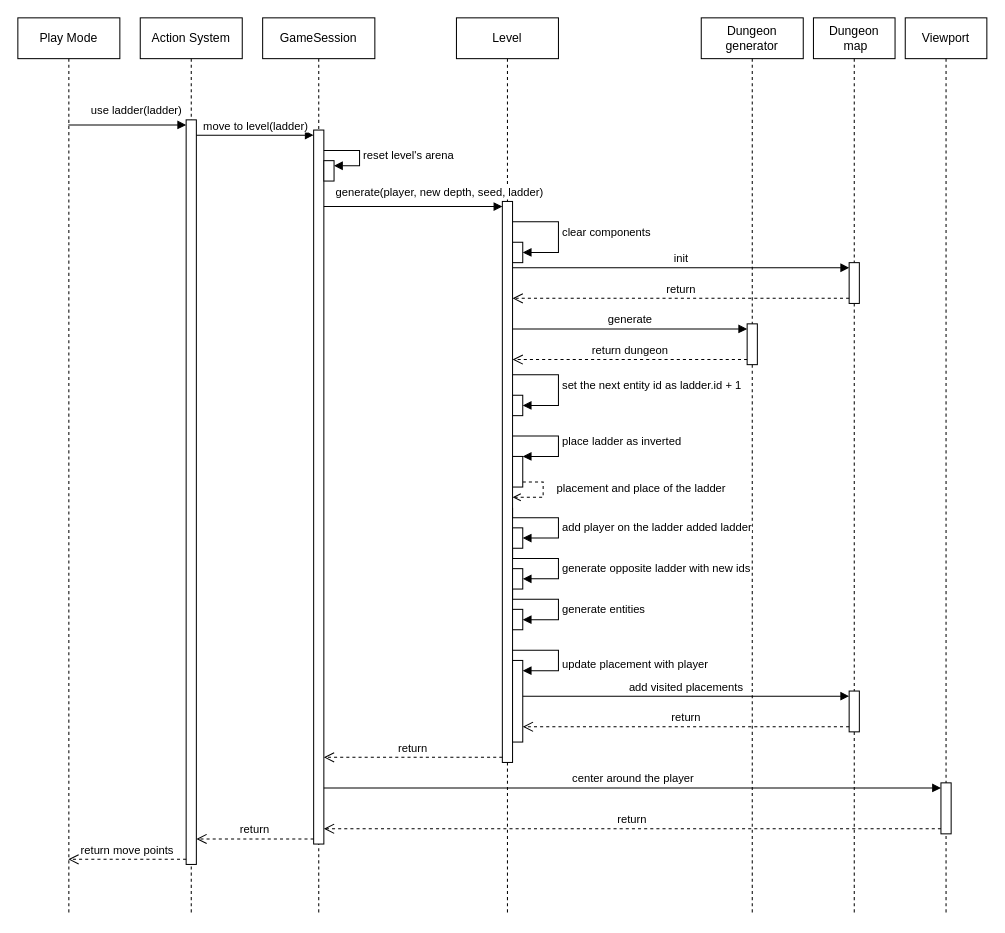
The draw.io diagram page "Moving through the levels" (6 of 9) of docs/schemas.drawio in vladimir-popov/forgotten_catacombs, before the edit. Source tidied: cells renumbered, new cells numbered last; positions are measured from the earlier drawing's top-left corner, leaving out a move shared by most shapes. Both pictures are drawn from the tidied source at 102%, with x=0, y=0 at pixel (17, 17).
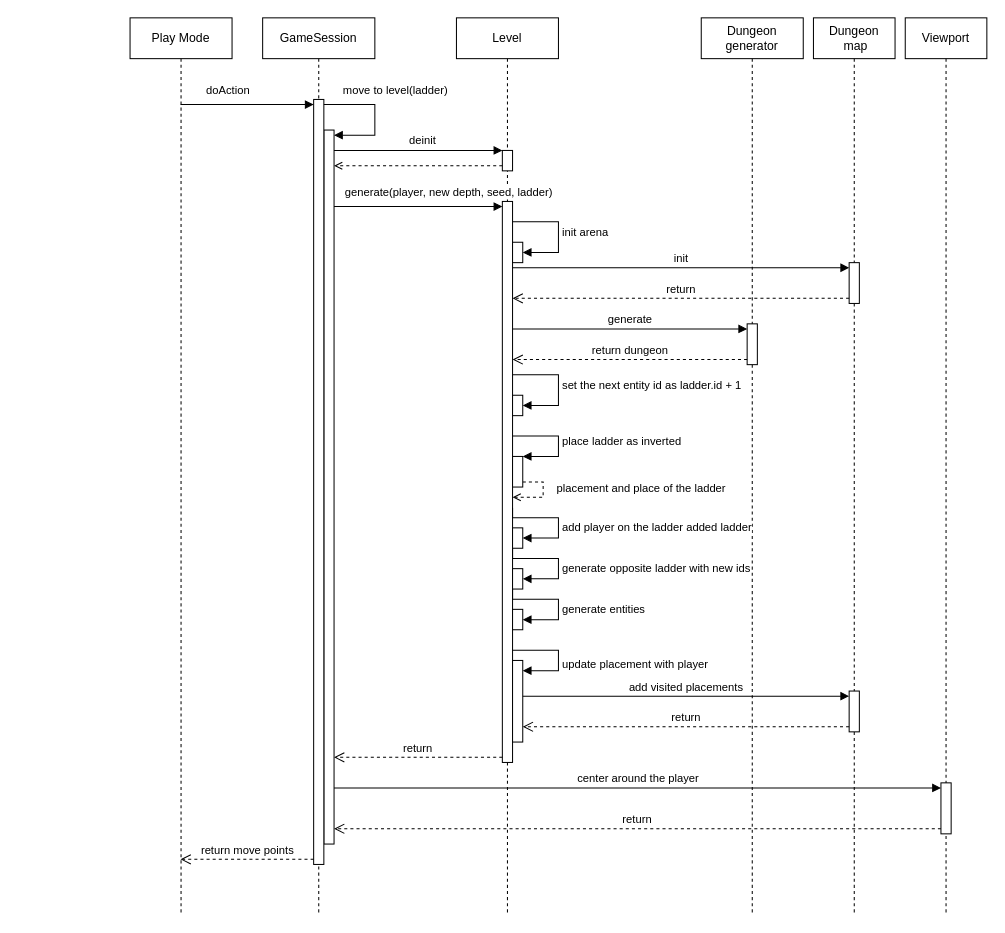
Above is the later version.

The change refers to these unchanged cells:
```xml
<mxCell id="3" value="Level" style="shape=umlLifeline;perimeter=lifelinePerimeter;whiteSpace=wrap;html=1;newEdgeStyle={&quot;curved&quot;:0,&quot;rounded&quot;:0};" parent="1" vertex="1">
  <mxGeometry x="430" width="100" height="880" as="geometry" />
</mxCell>
<mxCell id="5" value="GameSession" style="shape=umlLifeline;perimeter=lifelinePerimeter;whiteSpace=wrap;html=1;newEdgeStyle={&quot;curved&quot;:0,&quot;rounded&quot;:0};" parent="1" vertex="1">
  <mxGeometry x="240" width="110" height="880" as="geometry" />
</mxCell>
<mxCell id="30" style="html=1;points=[[0,0,0,0,5],[0,1,0,0,-5],[1,0,0,0,5],[1,1,0,0,-5]];perimeter=orthogonalPerimeter;outlineConnect=0;targetShapes=umlLifeline;portConstraint=eastwest;newEdgeStyle={&quot;curved&quot;:0,&quot;rounded&quot;:0};" parent="5" vertex="1">
  <mxGeometry x="245" y="220" width="10" height="20" as="geometry" />
</mxCell>
```

Diff of the diagram source:
```diff
@@
-    <mxCell id="2" value="Action System" style="shape=umlLifeline;perimeter=lifelinePerimeter;whiteSpace=wrap;html=1;newEdgeStyle={&quot;curved&quot;:0,&quot;rounded&quot;:0};" parent="1" vertex="1">
-      <mxGeometry x="120" width="100" height="880" as="geometry" />
-    </mxCell>
@@
+    <mxCell id="8" style="html=1;points=[[0,0,0,0,5],[0,1,0,0,-5],[1,0,0,0,5],[1,1,0,0,-5]];perimeter=orthogonalPerimeter;outlineConnect=0;targetShapes=umlLifeline;portConstraint=eastwest;newEdgeStyle={&quot;curved&quot;:0,&quot;rounded&quot;:0};" parent="3" vertex="1">
+      <mxGeometry x="45" y="130" width="10" height="20" as="geometry" />
+    </mxCell>
@@
     <mxCell id="6" style="html=1;points=[[0,0,0,0,5],[0,1,0,0,-5],[1,0,0,0,5],[1,1,0,0,-5]];perimeter=orthogonalPerimeter;outlineConnect=0;targetShapes=umlLifeline;portConstraint=eastwest;newEdgeStyle={&quot;curved&quot;:0,&quot;rounded&quot;:0};" parent="5" vertex="1">
-      <mxGeometry x="50" y="110" width="10" height="700" as="geometry" />
+      <mxGeometry x="60" y="110" width="10" height="700" as="geometry" />
     </mxCell>
-    <mxCell id="7" value="reset level's arena" style="html=1;align=left;spacingLeft=2;endArrow=block;rounded=0;edgeStyle=orthogonalEdgeStyle;curved=0;rounded=0;" parent="5" edge="1" source="6" target="8">
-      <mxGeometry x="0.06" relative="1" as="geometry">
-        <Array as="points">
-          <mxPoint x="95" y="130" />
-          <mxPoint x="95" y="145" />
-        </Array>
-      </mxGeometry>
-    </mxCell>
-    <mxCell id="8" style="html=1;points=[[0,0,0,0,5],[0,1,0,0,-5],[1,0,0,0,5],[1,1,0,0,-5]];perimeter=orthogonalPerimeter;outlineConnect=0;targetShapes=umlLifeline;portConstraint=eastwest;newEdgeStyle={&quot;curved&quot;:0,&quot;rounded&quot;:0};" parent="5" vertex="1">
-      <mxGeometry x="60" y="140" width="10" height="20" as="geometry" />
-    </mxCell>
     <mxCell id="9" style="html=1;points=[[0,0,0,0,5],[0,1,0,0,-5],[1,0,0,0,5],[1,1,0,0,-5]];perimeter=orthogonalPerimeter;outlineConnect=0;targetShapes=umlLifeline;portConstraint=eastwest;newEdgeStyle={&quot;curved&quot;:0,&quot;rounded&quot;:0};" parent="5" vertex="1">
-      <mxGeometry x="-75" y="100" width="10" height="730" as="geometry" />
+      <mxGeometry x="50" y="80" width="10" height="750" as="geometry" />
     </mxCell>
@@
-    <mxCell id="25" value="return" style="html=1;verticalAlign=bottom;endArrow=open;dashed=1;endSize=8;curved=0;rounded=0;exitX=0;exitY=1;exitDx=0;exitDy=-5;" parent="5" edge="1" source="6" target="9">
-      <mxGeometry relative="1" as="geometry" />
-    </mxCell>
-    <mxCell id="26" value="move to level(ladder)" style="html=1;verticalAlign=bottom;endArrow=block;curved=0;rounded=0;entryX=0;entryY=0;entryDx=0;entryDy=5;" parent="5" edge="1" source="9" target="6">
-      <mxGeometry relative="1" as="geometry" />
+    <mxCell id="26" value="move to level(ladder)" style="html=1;verticalAlign=bottom;endArrow=block;curved=0;rounded=0;exitX=1;exitY=0;exitDx=0;exitDy=5;exitPerimeter=0;" parent="5" edge="1" source="9" target="6">
+      <mxGeometry x="-0.17" y="21" relative="1" as="geometry">
+        <Array as="points">
+          <mxPoint x="110" y="85" />
+          <mxPoint x="110" y="115" />
+        </Array>
+        <mxPoint x="-1" y="-5" as="offset" />
+      </mxGeometry>
     </mxCell>
@@
-    <mxCell id="31" value="clear components" style="html=1;align=left;spacingLeft=2;endArrow=block;rounded=0;edgeStyle=orthogonalEdgeStyle;curved=0;rounded=0;" parent="5" edge="1" target="30">
+    <mxCell id="31" value="init arena" style="html=1;align=left;spacingLeft=2;endArrow=block;rounded=0;edgeStyle=orthogonalEdgeStyle;curved=0;rounded=0;" parent="5" edge="1" target="30">
       <mxGeometry relative="1" as="geometry">
         <mxPoint x="245" y="200" as="sourcePoint" />
         <Array as="points">
           <mxPoint x="290" y="200" />
           <mxPoint x="290" y="230" />
         </Array>
       </mxGeometry>
     </mxCell>
@@
     <mxCell id="45" value="Play Mode" style="shape=umlLifeline;perimeter=lifelinePerimeter;whiteSpace=wrap;html=1;outlineConnect=0;portConstraint=eastwest;newEdgeStyle={&quot;curved&quot;:0,&quot;rounded&quot;:0};" parent="1" vertex="1">
-      <mxGeometry width="100" height="880" as="geometry" />
+      <mxGeometry x="110" width="100" height="880" as="geometry" />
     </mxCell>
-    <mxCell id="46" value="use ladder(ladder)" style="html=1;verticalAlign=bottom;endArrow=block;curved=0;rounded=0;entryX=0;entryY=0;entryDx=0;entryDy=5;align=left;" parent="1" edge="1" source="45" target="9">
+    <mxCell id="46" value="doAction" style="html=1;verticalAlign=bottom;endArrow=block;curved=0;rounded=0;entryX=0;entryY=0;entryDx=0;entryDy=5;align=left;" parent="1" edge="1" source="45" target="9">
       <mxGeometry x="-0.65" y="5" relative="1" as="geometry" />
     </mxCell>
@@
+    <mxCell id="7" value="deinit" style="html=1;align=left;spacingLeft=2;endArrow=block;rounded=0;edgeStyle=orthogonalEdgeStyle;curved=0;rounded=0;" parent="1" edge="1" source="6" target="8">
+      <mxGeometry x="-0.15" y="10" relative="1" as="geometry">
+        <Array as="points">
+          <mxPoint x="430" y="130" />
+          <mxPoint x="430" y="130" />
+        </Array>
+      </mxGeometry>
+    </mxCell>
+    <mxCell id="48" style="edgeStyle=orthogonalEdgeStyle;rounded=0;jettySize=auto;html=1;curved=0;exitX=0;exitY=1;exitDx=0;exitDy=-5;exitPerimeter=0;dashed=1;endArrow=open;endFill=0;" parent="1" edge="1" source="8" target="6">
+      <mxGeometry relative="1" as="geometry">
+        <Array as="points">
+          <mxPoint x="350" y="145" />
+          <mxPoint x="350" y="145" />
+        </Array>
+      </mxGeometry>
+    </mxCell>
```
